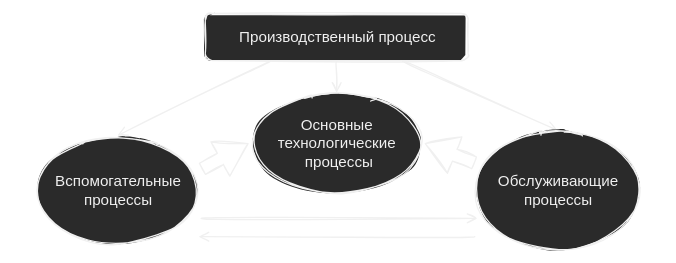
Above: Цифровое производство/Структура производственных процессов.svg in FoMiN12/Obsidian-Vault (draw.io), before the change. Source tidied: cells renumbered, new cells last; positions are measured from the earlier drawing's top-left corner, leaving out a move shared by most shapes.
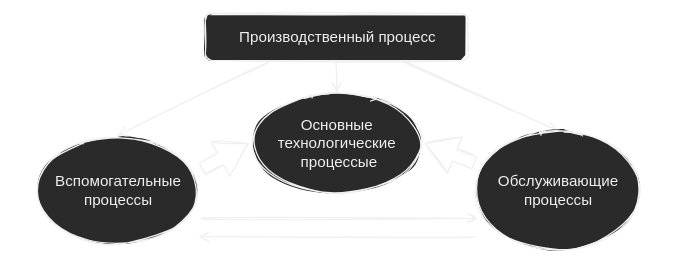
The same file after the commit.

Commit message:
vault backup Win: 2022-10-07 12:42:18

What changed in the source:
```diff
@@ -17,7 +17,7 @@
     <mxCell id="6" style="edgeStyle=none;curved=1;rounded=0;jettySize=auto;html=1;endArrow=open;sourcePerimeterSpacing=8;targetPerimeterSpacing=8;fontSize=16;sketch=1;exitX=0.75;exitY=1;exitDx=0;exitDy=0;entryX=0.5;entryY=0;entryDx=0;entryDy=0;" parent="2" edge="1" source="3" target="9">
       <mxGeometry relative="1" as="geometry" />
     </mxCell>
-    <mxCell id="7" value="Основные&lt;br&gt;технологические&lt;br style=&quot;padding: 0px ; margin: 0px&quot;&gt;&amp;nbsp;процессы" style="ellipse;whiteSpace=wrap;html=1;" parent="2" vertex="1">
+    <mxCell id="7" value="Основные&lt;br&gt;технологические&lt;br style=&quot;padding: 0px ; margin: 0px&quot;&gt;&amp;nbsp;процессыe" style="ellipse;whiteSpace=wrap;html=1;" parent="2" vertex="1">
       <mxGeometry x="170.3" y="62.9" width="139.2" height="79.9" as="geometry" />
     </mxCell>
     <mxCell id="8" value="Вспомогательные&lt;br&gt;процессы" style="ellipse;whiteSpace=wrap;html=1;" parent="2" vertex="1">
```
